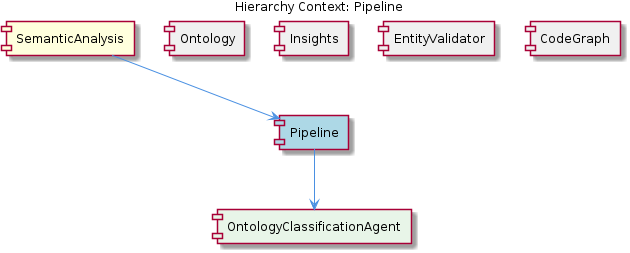
Before: .data/knowledge-graph/insights/images/pipeline-relationship.png, a diagram exported from PlantUML (fwornle/coding). Its source is kept beside it as .data/knowledge-graph/insights/puml/pipeline-relationship.puml. Its diagram source:
```plantuml
@startuml
!include _standard-style.puml

title Hierarchy Context: Pipeline

[SemanticAnalysis] as semantic_analysis #FFFFDD
[Pipeline] as pipeline #LightBlue
[Ontology] as ontology #F0F0F0
[Insights] as insights #F0F0F0
[EntityValidator] as entity_validator #F0F0F0
[CodeGraph] as code_graph #F0F0F0
[OntologyClassificationAgent] as ontology_classification_agent #E8F5E8

semantic_analysis --> pipeline
ontology -[hidden]- pipeline
insights -[hidden]- pipeline
entity_validator -[hidden]- pipeline
code_graph -[hidden]- pipeline
pipeline --> ontology_classification_agent

@enduml
```
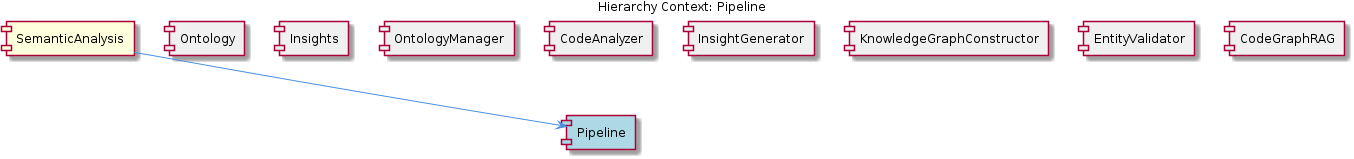
The same file after the commit.

Diff of the diagram source:
```diff
@@ -7,15 +7,21 @@
 [Pipeline] as pipeline #LightBlue
 [Ontology] as ontology #F0F0F0
 [Insights] as insights #F0F0F0
+[OntologyManager] as ontology_manager #F0F0F0
+[CodeAnalyzer] as code_analyzer #F0F0F0
+[InsightGenerator] as insight_generator #F0F0F0
+[KnowledgeGraphConstructor] as knowledge_graph_constructor #F0F0F0
 [EntityValidator] as entity_validator #F0F0F0
-[CodeGraph] as code_graph #F0F0F0
-[OntologyClassificationAgent] as ontology_classification_agent #E8F5E8
+[CodeGraphRAG] as code_graph_rag #F0F0F0
 
 semantic_analysis --> pipeline
 ontology -[hidden]- pipeline
 insights -[hidden]- pipeline
+ontology_manager -[hidden]- pipeline
+code_analyzer -[hidden]- pipeline
+insight_generator -[hidden]- pipeline
+knowledge_graph_constructor -[hidden]- pipeline
 entity_validator -[hidden]- pipeline
-code_graph -[hidden]- pipeline
-pipeline --> ontology_classification_agent
+code_graph_rag -[hidden]- pipeline
 
 @enduml
```
